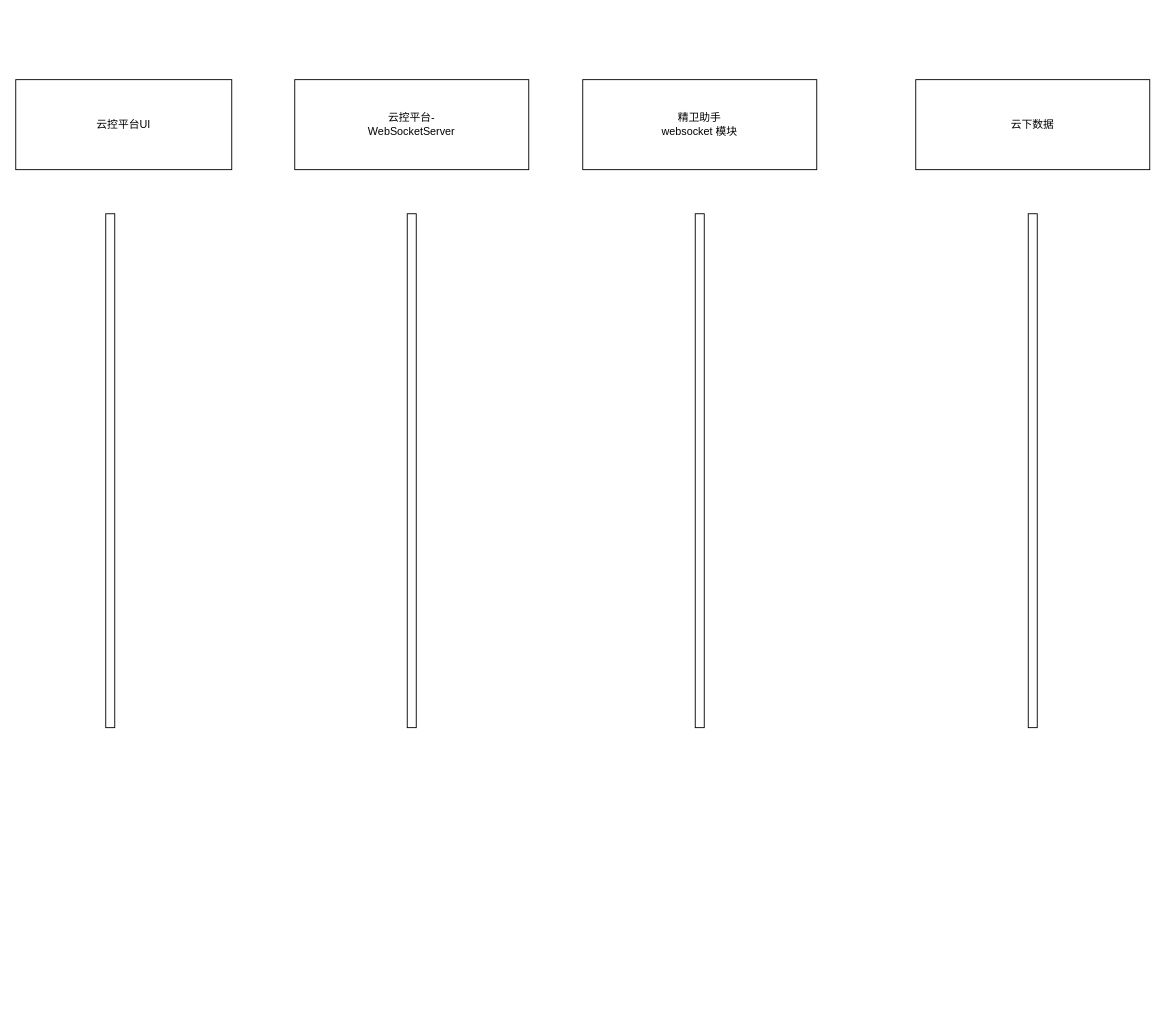
The draw.io diagram 云控平台.drawio in Snuger/draw, before the edit. Source tidied: cells renumbered, new cells numbered last; positions are measured from the earlier drawing's top-left corner, leaving out a move shared by most shapes. Both pictures are drawn from the tidied source at 90%, with x=0, y=0 at pixel (15, 79).
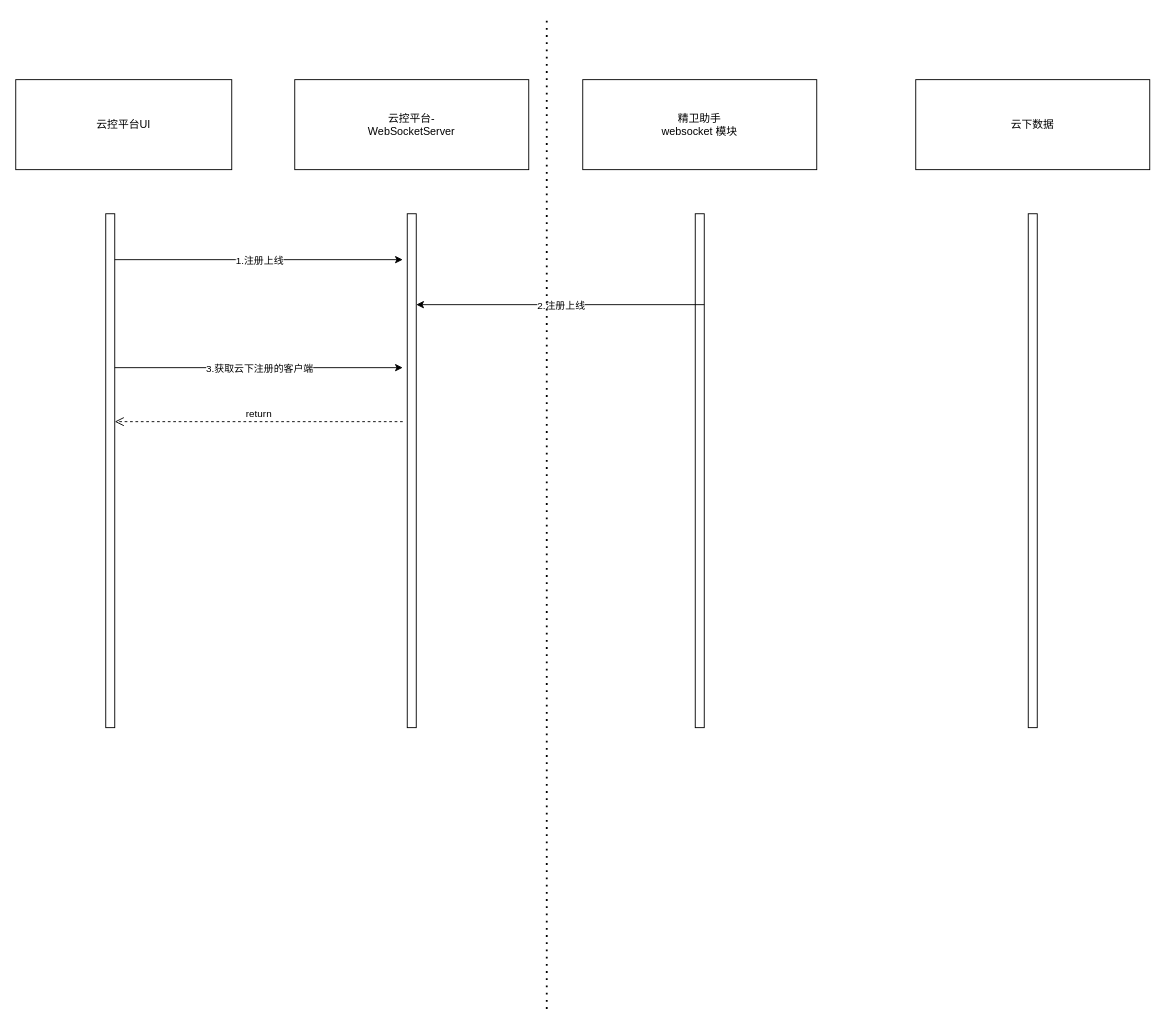
Above is the later version.

Commit message (it also covers changes not shown here):
更新云控平台.drawio

Unchanged cells that the change refers to:
```xml
<mxCell id="6" style="html=1;points=[[0,0,0,0,5],[0,1,0,0,-5],[1,0,0,0,5],[1,1,0,0,-5]];perimeter=orthogonalPerimeter;outlineConnect=0;targetShapes=umlLifeline;portConstraint=eastwest;newEdgeStyle={&quot;curved&quot;:0,&quot;rounded&quot;:0};" parent="1" vertex="1">
  <mxGeometry x="100" y="149" width="10" height="571" as="geometry" />
</mxCell>
<mxCell id="7" style="html=1;points=[[0,0,0,0,5],[0,1,0,0,-5],[1,0,0,0,5],[1,1,0,0,-5]];perimeter=orthogonalPerimeter;outlineConnect=0;targetShapes=umlLifeline;portConstraint=eastwest;newEdgeStyle={&quot;curved&quot;:0,&quot;rounded&quot;:0};" parent="1" vertex="1">
  <mxGeometry x="435" y="149" width="10" height="571" as="geometry" />
</mxCell>
```

Change to the diagram source:
```diff
@@
+    <mxCell id="10" style="endArrow=classic;html=1;rounded=0;" parent="1" edge="1">
+      <mxGeometry relative="1" as="geometry">
+        <mxPoint x="110" y="200" as="sourcePoint" />
+        <mxPoint x="430" y="200" as="targetPoint" />
+      </mxGeometry>
+    </mxCell>
+    <mxCell id="11" value="1.注册上线" style="edgeLabel;html=1;align=center;verticalAlign=middle;" parent="10" vertex="1">
+      <mxGeometry relative="1" as="geometry" />
+    </mxCell>
+    <mxCell id="12" style="endArrow=classic;html=1;rounded=0;" parent="1" edge="1" target="7">
+      <mxGeometry relative="1" as="geometry">
+        <mxPoint x="765" y="250" as="sourcePoint" />
+      </mxGeometry>
+    </mxCell>
+    <mxCell id="13" value="2.注册上线" style="edgeLabel;html=1;align=center;verticalAlign=middle;" parent="12" vertex="1">
+      <mxGeometry relative="1" as="geometry" />
+    </mxCell>
+    <mxCell id="14" style="endArrow=none;dashed=1;html=1;dashPattern=1 3;strokeWidth=2;rounded=0;" parent="1" edge="1">
+      <mxGeometry relative="1" as="geometry">
+        <mxPoint x="590" y="1032.5" as="sourcePoint" />
+        <mxPoint x="590" y="-70" as="targetPoint" />
+      </mxGeometry>
+    </mxCell>
+    <mxCell id="15" style="endArrow=classic;html=1;rounded=0;" parent="1" edge="1">
+      <mxGeometry relative="1" as="geometry">
+        <mxPoint x="110" y="320" as="sourcePoint" />
+        <mxPoint x="430" y="320" as="targetPoint" />
+      </mxGeometry>
+    </mxCell>
+    <mxCell id="16" value="3.获取云下注册的客户端" style="edgeLabel;html=1;align=center;verticalAlign=middle;" parent="15" vertex="1">
+      <mxGeometry relative="1" as="geometry" />
+    </mxCell>
+    <mxCell id="17" value="return" style="html=1;verticalAlign=bottom;endArrow=open;dashed=1;endSize=8;curved=0;rounded=0;" parent="1" edge="1" target="6">
+      <mxGeometry relative="1" as="geometry">
+        <mxPoint x="430" y="380" as="sourcePoint" />
+      </mxGeometry>
+    </mxCell>
```
